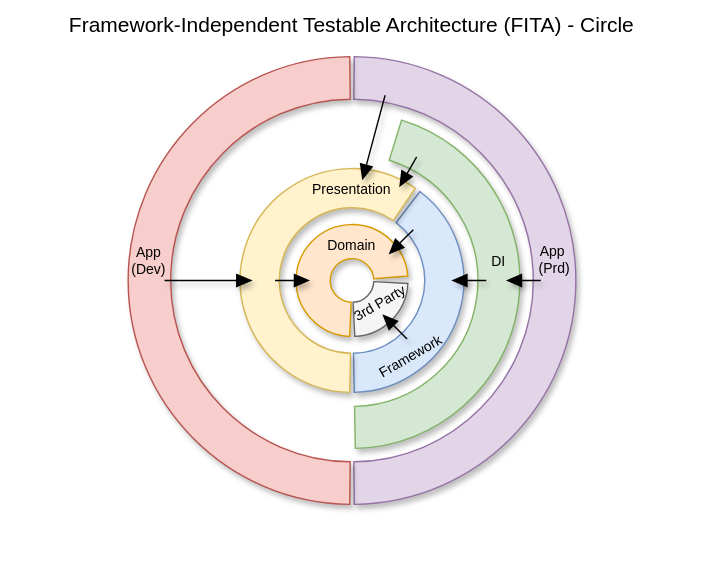
The draw.io diagram asset/drawio/architecture_circle.drawio.svg in suguruTakahashi-1234/fia-practical-sample, before a commit. Source tidied: cells renumbered, new cells last; positions are measured from the earlier drawing's top-left corner, leaving out a move shared by most shapes. The source it was exported from:
```xml
<mxGraphModel>
  <root>
    <mxCell id="0" />
    <mxCell id="1" parent="0" />
    <mxCell id="2" style="rounded=0;whiteSpace=wrap;html=1;strokeColor=none;" parent="1" vertex="1">
      <mxGeometry x="11" width="480" height="400" as="geometry" />
    </mxCell>
    <mxCell id="3" value="Framework-Independent Testable Architecture (FITA) - Circle" style="text;html=1;align=center;verticalAlign=middle;whiteSpace=wrap;rounded=0;fontSize=15;" parent="1" vertex="1">
      <mxGeometry x="-0.2" y="7" width="502.5" height="20" as="geometry" />
    </mxCell>
    <mxCell id="4" style="verticalLabelPosition=bottom;verticalAlign=top;html=1;shape=mxgraph.basic.partConcEllipse;startAngle=0.0015914963824541276;endAngle=0.49839242898442293;arcWidth=0.19;fillColor=#e1d5e7;strokeColor=#9673a6;shadow=1;" parent="1" vertex="1">
      <mxGeometry x="91" y="40" width="320" height="320" as="geometry" />
    </mxCell>
    <mxCell id="5" style="verticalLabelPosition=bottom;verticalAlign=top;html=1;shape=mxgraph.basic.partConcEllipse;startAngle=0.047738072622846586;endAngle=0.4967851859218625;arcWidth=0.25;fillColor=#d5e8d4;strokeColor=#82b366;shadow=1;" parent="1" vertex="1">
      <mxGeometry x="131" y="80" width="240" height="240" as="geometry" />
    </mxCell>
    <mxCell id="6" style="verticalLabelPosition=bottom;verticalAlign=top;html=1;shape=mxgraph.basic.partConcEllipse;startAngle=0.1036820013419613;endAngle=0.4967851859218625;arcWidth=0.35;fillColor=#dae8fc;strokeColor=#6c8ebf;shadow=1;" parent="1" vertex="1">
      <mxGeometry x="171" y="120" width="160" height="160" as="geometry" />
    </mxCell>
    <mxCell id="7" style="verticalLabelPosition=bottom;verticalAlign=top;html=1;shape=mxgraph.basic.partConcEllipse;startAngle=0.5016075710155771;endAngle=0.9984085036175459;arcWidth=0.19;fillColor=#f8cecc;strokeColor=#b85450;shadow=1;" parent="1" vertex="1">
      <mxGeometry x="91" y="40" width="320" height="320" as="geometry" />
    </mxCell>
    <mxCell id="8" style="verticalLabelPosition=bottom;verticalAlign=top;html=1;shape=mxgraph.basic.partConcEllipse;startAngle=0.5032476092441873;endAngle=0.09577559912812678;arcWidth=0.35;fillColor=#fff2cc;strokeColor=#d6b656;shadow=1;" parent="1" vertex="1">
      <mxGeometry x="171" y="120" width="160" height="160" as="geometry" />
    </mxCell>
    <mxCell id="9" style="verticalLabelPosition=bottom;verticalAlign=top;html=1;shape=mxgraph.basic.partConcEllipse;startAngle=0.5065593740504878;endAngle=0.23716687921761;arcWidth=0.61;fillColor=#ffe6cc;strokeColor=#d79b00;shadow=1;" parent="1" vertex="1">
      <mxGeometry x="211" y="160" width="80" height="80" as="geometry" />
    </mxCell>
    <mxCell id="10" style="verticalLabelPosition=bottom;verticalAlign=top;html=1;shape=mxgraph.basic.partConcEllipse;startAngle=0.25845771790053884;endAngle=0.49204887437191186;arcWidth=0.61;fillColor=#f5f5f5;strokeColor=#666666;shadow=1;fontColor=#333333;" parent="1" vertex="1">
      <mxGeometry x="211" y="160" width="80" height="80" as="geometry" />
    </mxCell>
    <mxCell id="11" value="Domain" style="text;html=1;align=center;verticalAlign=middle;whiteSpace=wrap;rounded=0;fontSize=10;" parent="1" vertex="1">
      <mxGeometry x="221" y="160" width="60" height="30" as="geometry" />
    </mxCell>
    <mxCell id="12" value="&lt;div style=&quot;font-size: 10px;&quot;&gt;&lt;span style=&quot;background-color: initial; font-size: 10px;&quot;&gt;3rd Party&lt;/span&gt;&lt;/div&gt;" style="text;html=1;align=center;verticalAlign=middle;whiteSpace=wrap;rounded=0;fontSize=10;rotation=-30;" parent="1" vertex="1">
      <mxGeometry x="236" y="201" width="70" height="30" as="geometry" />
    </mxCell>
    <mxCell id="13" value="Presentation" style="text;html=1;align=center;verticalAlign=middle;whiteSpace=wrap;rounded=0;fontSize=10;" parent="1" vertex="1">
      <mxGeometry x="216" y="120" width="70" height="30" as="geometry" />
    </mxCell>
    <mxCell id="14" value="Framework" style="text;html=1;align=center;verticalAlign=middle;whiteSpace=wrap;rounded=0;rotation=-30;fontSize=10;" parent="1" vertex="1">
      <mxGeometry x="258" y="239" width="70" height="30" as="geometry" />
    </mxCell>
    <mxCell id="15" value="DI" style="text;html=1;align=center;verticalAlign=middle;whiteSpace=wrap;rounded=0;fontSize=10;" parent="1" vertex="1">
      <mxGeometry x="321" y="171" width="70" height="30" as="geometry" />
    </mxCell>
    <mxCell id="16" value="App&amp;nbsp;&lt;div&gt;(Prd)&lt;/div&gt;" style="text;html=1;align=center;verticalAlign=middle;whiteSpace=wrap;rounded=0;fontSize=10;" parent="1" vertex="1">
      <mxGeometry x="361" y="170" width="70" height="30" as="geometry" />
    </mxCell>
    <mxCell id="17" value="App&lt;div&gt;(Dev)&lt;/div&gt;" style="text;html=1;align=center;verticalAlign=middle;whiteSpace=wrap;rounded=0;fontSize=10;" parent="1" vertex="1">
      <mxGeometry x="71" y="171" width="70" height="30" as="geometry" />
    </mxCell>
    <mxCell id="18" style="html=1;shadow=1;dashed=0;align=center;verticalAlign=middle;shape=mxgraph.arrows2.arrow;dy=0.9;dx=11.89;notch=0;fillColor=#000000;strokeColor=none;gradientColor=none;fontColor=default;fontSize=10;perimeterSpacing=24;headCrossline=0;tailCrossline=0;noLabel=0;fixDash=0;" parent="1" vertex="1">
      <mxGeometry x="117" y="195" width="63" height="10" as="geometry" />
    </mxCell>
    <mxCell id="19" style="html=1;shadow=1;dashed=0;align=center;verticalAlign=middle;shape=mxgraph.arrows2.arrow;dy=0.9;dx=11.65;notch=0;fillColor=#000000;strokeColor=none;" parent="1" vertex="1">
      <mxGeometry x="196" y="195" width="25" height="10" as="geometry" />
    </mxCell>
    <mxCell id="20" style="html=1;shadow=1;dashed=0;align=center;verticalAlign=middle;shape=mxgraph.arrows2.arrow;dy=0.9;dx=11.65;notch=0;fillColor=#000000;direction=west;strokeColor=none;" parent="1" vertex="1">
      <mxGeometry x="322" y="195" width="25" height="10" as="geometry" />
    </mxCell>
    <mxCell id="21" style="html=1;shadow=1;dashed=0;align=center;verticalAlign=middle;shape=mxgraph.arrows2.arrow;dy=0.9;dx=11.65;notch=0;fillColor=#000000;direction=west;strokeColor=none;" parent="1" vertex="1">
      <mxGeometry x="361" y="195" width="25" height="10" as="geometry" />
    </mxCell>
    <mxCell id="22" style="html=1;shadow=1;dashed=0;align=center;verticalAlign=middle;shape=mxgraph.arrows2.arrow;dy=0.9;dx=11.65;notch=0;fillColor=#000000;rotation=45;direction=west;strokeColor=none;" parent="1" vertex="1">
      <mxGeometry x="269" y="228" width="25" height="10" as="geometry" />
    </mxCell>
    <mxCell id="23" style="html=1;shadow=1;dashed=0;align=center;verticalAlign=middle;shape=mxgraph.arrows2.arrow;dy=0.9;dx=11.65;notch=0;fillColor=#000000;rotation=45;direction=south;strokeColor=none;" parent="1" vertex="1">
      <mxGeometry x="281" y="160" width="10" height="25" as="geometry" />
    </mxCell>
    <mxCell id="24" style="html=1;shadow=1;dashed=0;align=center;verticalAlign=middle;shape=mxgraph.arrows2.arrow;dy=0.9;dx=11.65;notch=0;fillColor=#000000;rotation=30;direction=south;strokeColor=none;" parent="1" vertex="1">
      <mxGeometry x="286" y="110" width="10" height="25" as="geometry" />
    </mxCell>
    <mxCell id="25" style="html=1;shadow=1;dashed=0;align=center;verticalAlign=middle;shape=mxgraph.arrows2.arrow;dy=0.9;dx=11.65;notch=0;fillColor=#000000;direction=west;rotation=-75;strokeColor=none;" parent="1" vertex="1">
      <mxGeometry x="235" y="93" width="63" height="10" as="geometry" />
    </mxCell>
  </root>
</mxGraphModel>
```
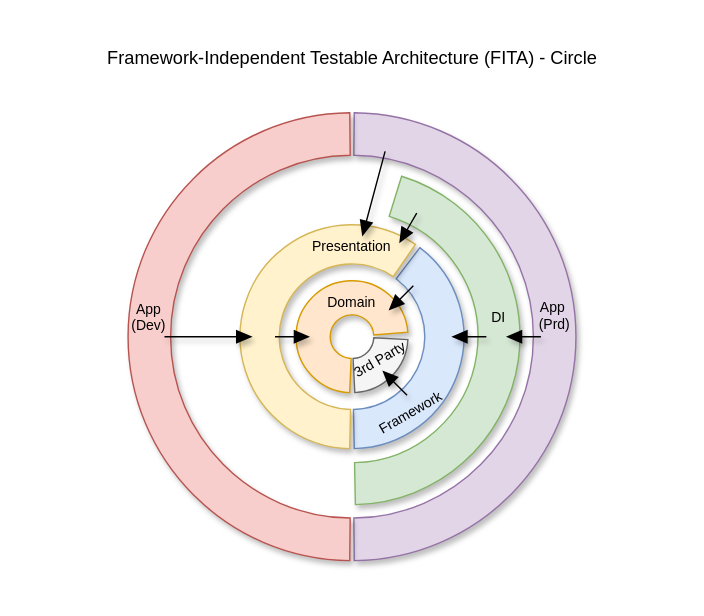
The same diagram one commit later.

Change to the diagram source:
```diff
@@ -3,10 +3,10 @@
     <mxCell id="0" />
     <mxCell id="1" parent="0" />
     <mxCell id="2" style="rounded=0;whiteSpace=wrap;html=1;strokeColor=none;" parent="1" vertex="1">
-      <mxGeometry x="11" width="480" height="400" as="geometry" />
+      <mxGeometry x="51" y="-40" width="400" height="440" as="geometry" />
     </mxCell>
-    <mxCell id="3" value="Framework-Independent Testable Architecture (FITA) - Circle" style="text;html=1;align=center;verticalAlign=middle;whiteSpace=wrap;rounded=0;fontSize=15;" parent="1" vertex="1">
-      <mxGeometry x="-0.2" y="7" width="502.5" height="20" as="geometry" />
+    <mxCell id="3" value="&lt;font style=&quot;font-size: 13px;&quot;&gt;Framework-Independent Testable Architecture (FITA) - Circle&lt;/font&gt;" style="text;html=1;align=center;verticalAlign=middle;whiteSpace=wrap;rounded=0;fontSize=15;" parent="1" vertex="1">
+      <mxGeometry x="-0.2" y="-10" width="502.5" height="20" as="geometry" />
     </mxCell>
     <mxCell id="4" style="verticalLabelPosition=bottom;verticalAlign=top;html=1;shape=mxgraph.basic.partConcEllipse;startAngle=0.0015914963824541276;endAngle=0.49839242898442293;arcWidth=0.19;fillColor=#e1d5e7;strokeColor=#9673a6;shadow=1;" parent="1" vertex="1">
       <mxGeometry x="91" y="40" width="320" height="320" as="geometry" />
```
